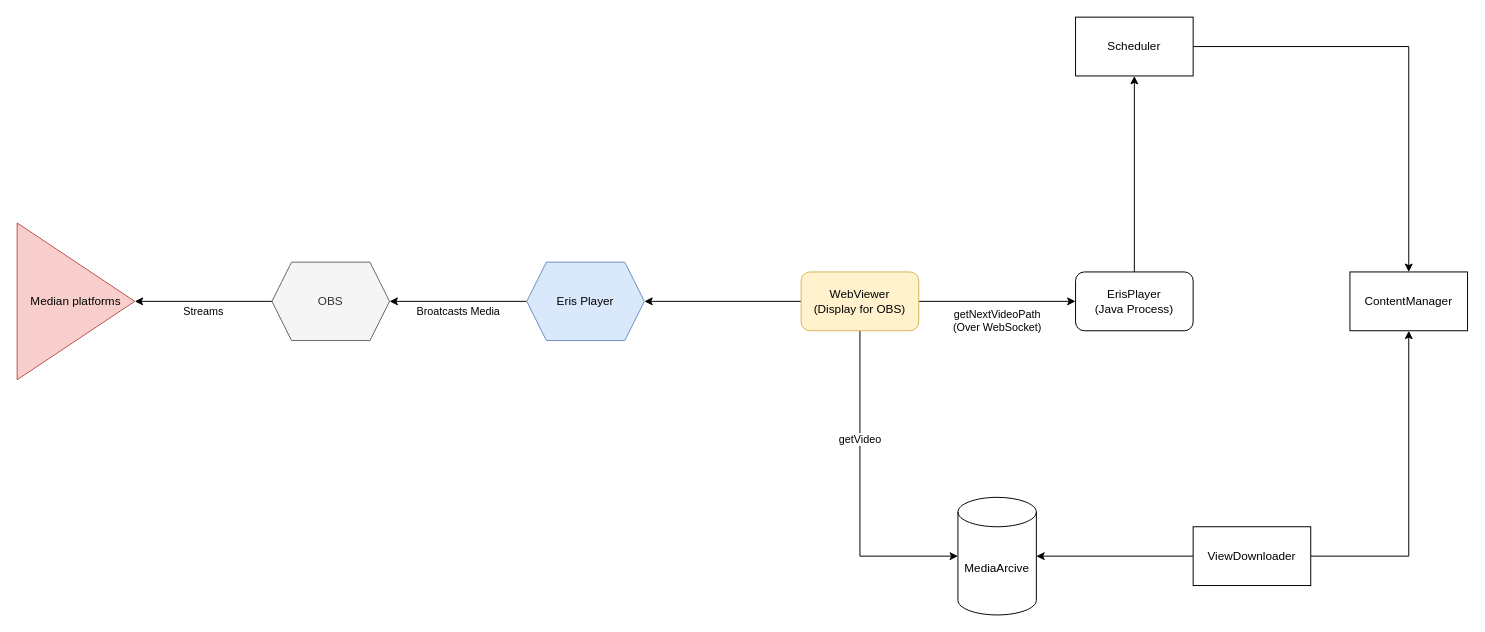
Before: page "Overview" (1 of 3) of ErisPlayer_Documentation.drawio in Eris-Television/Eris-Player, a draw.io diagram. Source tidied: cells renumbered, new cells numbered last; positions are measured from the earlier drawing's top-left corner, leaving out a move shared by most shapes. Both pictures are drawn from the tidied source at 98%, with x=0, y=0 at pixel (17, 17).
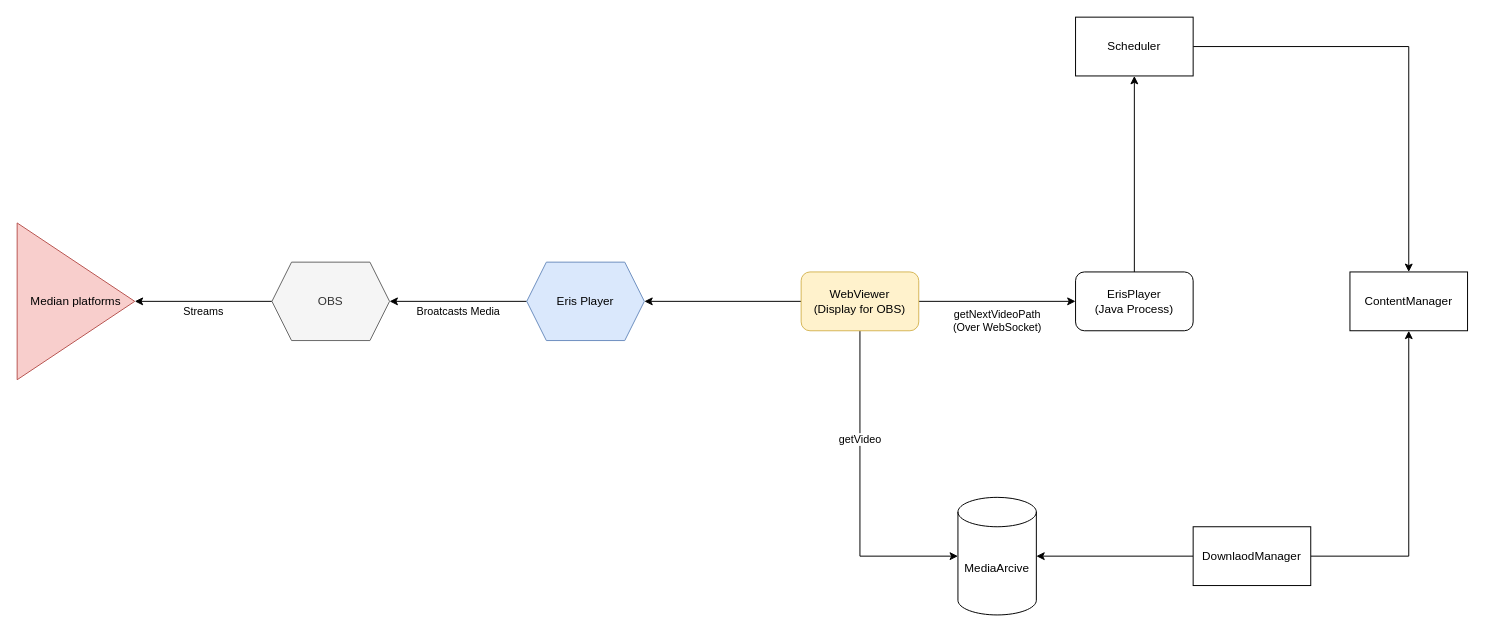
Above is the later version.

What changed in the source:
```diff
@@
 <mxGraphModel>
   <root>
     <mxCell id="0" />
     <mxCell id="1" parent="0" />
     <mxCell id="2" value="Streams" style="edgeStyle=orthogonalEdgeStyle;rounded=0;jettySize=auto;html=1;" parent="1" edge="1" source="3" target="4">
       <mxGeometry y="10" relative="1" as="geometry" />
     </mxCell>
     <mxCell id="3" value="OBS" style="shape=hexagon;perimeter=hexagonPerimeter2;whiteSpace=wrap;html=1;fixedSize=1;fillColor=#f5f5f5;fontColor=#333333;strokeColor=#666666;" parent="1" vertex="1">
       <mxGeometry x="260" y="250" width="120" height="80" as="geometry" />
     </mxCell>
     <mxCell id="4" value="Median platforms" style="triangle;whiteSpace=wrap;html=1;fillColor=#f8cecc;strokeColor=#b85450;" parent="1" vertex="1">
       <mxGeometry y="210" width="120" height="160" as="geometry" />
     </mxCell>
     <mxCell id="5" value="Broatcasts Media" style="edgeStyle=orthogonalEdgeStyle;rounded=0;jettySize=auto;html=1;entryX=1;entryY=0.5;entryDx=0;entryDy=0;" parent="1" edge="1" source="6" target="3">
       <mxGeometry y="10" relative="1" as="geometry" />
     </mxCell>
     <mxCell id="6" value="Eris Player" style="shape=hexagon;perimeter=hexagonPerimeter2;whiteSpace=wrap;html=1;fixedSize=1;fillColor=#dae8fc;strokeColor=#6c8ebf;" parent="1" vertex="1">
       <mxGeometry x="520" y="250" width="120" height="80" as="geometry" />
     </mxCell>
     <mxCell id="7" value="MediaArcive&lt;br&gt;" style="shape=cylinder3;whiteSpace=wrap;html=1;boundedLbl=1;backgroundOutline=1;size=15;" parent="1" vertex="1">
       <mxGeometry x="960" y="490" width="80" height="120" as="geometry" />
     </mxCell>
     <mxCell id="8" style="edgeStyle=orthogonalEdgeStyle;rounded=0;jettySize=auto;html=1;entryX=1;entryY=0.5;entryDx=0;entryDy=0;entryPerimeter=0;" parent="1" edge="1" source="10" target="7">
       <mxGeometry relative="1" as="geometry" />
     </mxCell>
     <mxCell id="9" style="edgeStyle=orthogonalEdgeStyle;rounded=0;jettySize=auto;html=1;entryX=0.5;entryY=1;entryDx=0;entryDy=0;" parent="1" edge="1" source="10" target="19">
       <mxGeometry relative="1" as="geometry" />
     </mxCell>
-    <mxCell id="10" value="ViewDownloader" style="rounded=0;whiteSpace=wrap;html=1;" parent="1" vertex="1">
+    <mxCell id="10" value="DownlaodManager" style="rounded=0;whiteSpace=wrap;html=1;" parent="1" vertex="1">
       <mxGeometry x="1200" y="520" width="120" height="60" as="geometry" />
     </mxCell>
     <mxCell id="11" style="edgeStyle=orthogonalEdgeStyle;rounded=0;jettySize=auto;html=1;entryX=1;entryY=0.5;entryDx=0;entryDy=0;" parent="1" edge="1" source="14" target="6">
       <mxGeometry relative="1" as="geometry" />
     </mxCell>
     <mxCell id="12" value="getNextVideoPath&lt;br&gt;(Over WebSocket)" style="edgeStyle=orthogonalEdgeStyle;rounded=0;jettySize=auto;html=1;entryX=0;entryY=0.5;entryDx=0;entryDy=0;" parent="1" edge="1" source="14" target="16">
       <mxGeometry y="-20" relative="1" as="geometry" />
     </mxCell>
     <mxCell id="13" value="getVideo" style="edgeStyle=orthogonalEdgeStyle;rounded=0;jettySize=auto;html=1;entryX=0;entryY=0.5;entryDx=0;entryDy=0;entryPerimeter=0;exitX=0.5;exitY=1;exitDx=0;exitDy=0;" parent="1" edge="1" source="14" target="7">
       <mxGeometry x="-0.33" relative="1" as="geometry" />
     </mxCell>
     <mxCell id="14" value="WebViewer&lt;br&gt;(Display for OBS)" style="rounded=1;whiteSpace=wrap;html=1;fillColor=#fff2cc;strokeColor=#d6b656;" parent="1" vertex="1">
       <mxGeometry x="800" y="260" width="120" height="60" as="geometry" />
     </mxCell>
     <mxCell id="15" style="edgeStyle=orthogonalEdgeStyle;rounded=0;jettySize=auto;html=1;entryX=0.5;entryY=1;entryDx=0;entryDy=0;" parent="1" edge="1" source="16" target="18">
       <mxGeometry relative="1" as="geometry" />
     </mxCell>
     <mxCell id="16" value="ErisPlayer&lt;br&gt;(Java Process)" style="rounded=1;whiteSpace=wrap;html=1;" parent="1" vertex="1">
       <mxGeometry x="1080" y="260" width="120" height="60" as="geometry" />
     </mxCell>
     <mxCell id="17" style="edgeStyle=orthogonalEdgeStyle;rounded=0;jettySize=auto;html=1;entryX=0.5;entryY=0;entryDx=0;entryDy=0;" parent="1" edge="1" source="18" target="19">
       <mxGeometry relative="1" as="geometry" />
     </mxCell>
     <mxCell id="18" value="Scheduler" style="rounded=0;whiteSpace=wrap;html=1;" parent="1" vertex="1">
       <mxGeometry x="1080" width="120" height="60" as="geometry" />
     </mxCell>
     <mxCell id="19" value="ContentManager" style="rounded=0;whiteSpace=wrap;html=1;" parent="1" vertex="1">
       <mxGeometry x="1360" y="260" width="120" height="60" as="geometry" />
     </mxCell>
   </root>
 </mxGraphModel>
```
